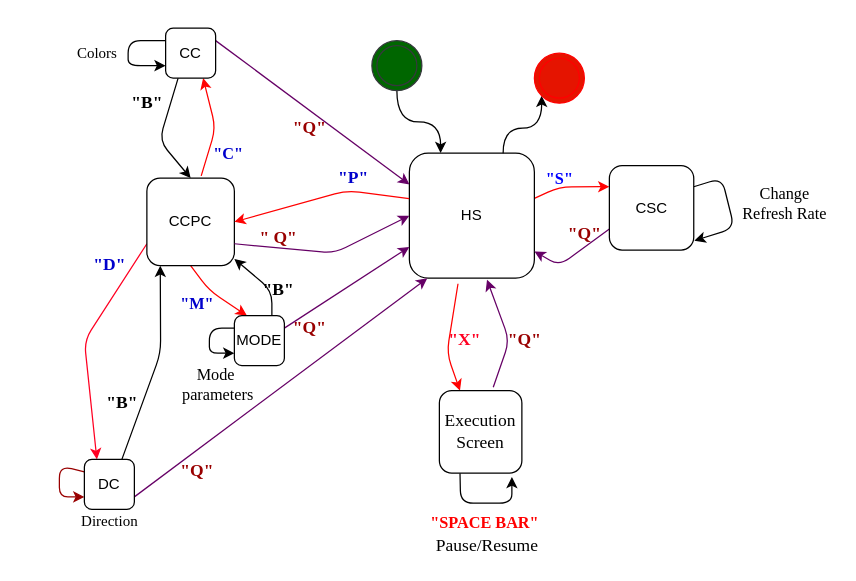
The draw.io diagram page "Page-1" (1 of 4) of LARA_Statediagram.drawio in francis-job/BLOCK_DIAGRAMS, before the edit. Source tidied: cells renumbered, new cells numbered last; positions are measured from the earlier drawing's top-left corner, leaving out a move shared by most shapes. Both pictures are drawn from the tidied source at 125%, with x=0, y=0 at pixel (59, 28).
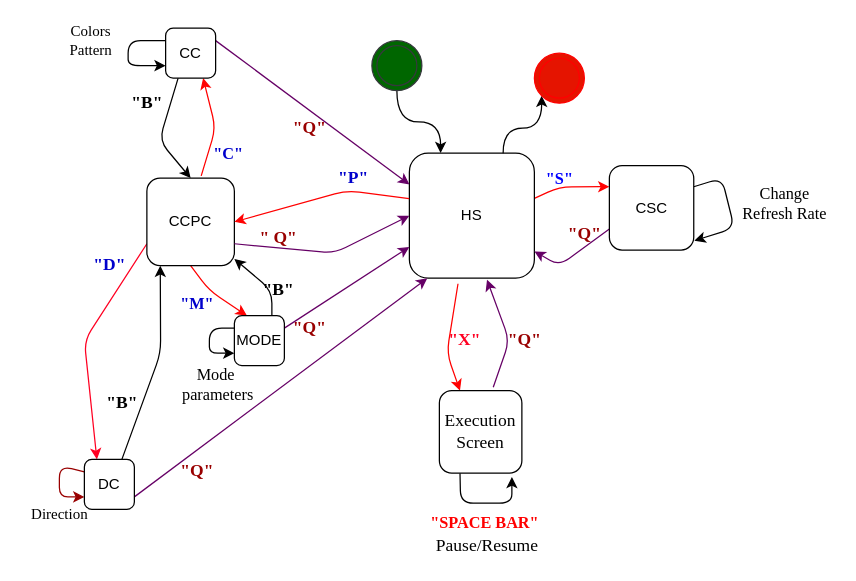
The same page after the edit.

Change to the diagram source:
```diff
@@
-    <mxCell id="35" value="&lt;font face=&quot;Times New Roman&quot;&gt;Colors&lt;/font&gt;" style="text;html=1;align=center;verticalAlign=middle;" parent="1" vertex="1">
-      <mxGeometry x="5" y="10" width="50" height="20" as="geometry" />
+    <mxCell id="35" value="&lt;font face=&quot;Times New Roman&quot;&gt;Colors&lt;br&gt;Pattern&lt;br&gt;&lt;/font&gt;" style="text;html=1;align=center;verticalAlign=middle;" parent="1" vertex="1">
+      <mxGeometry y="-5" width="50" height="30" as="geometry" />
     </mxCell>
@@
     <mxCell id="53" value="&lt;font face=&quot;Times New Roman&quot;&gt;Direction&lt;/font&gt;" style="text;html=1;align=center;verticalAlign=middle;" parent="1" vertex="1">
-      <mxGeometry x="10" y="385" width="60" height="20" as="geometry" />
+      <mxGeometry x="-30" y="379" width="60" height="20" as="geometry" />
     </mxCell>
```
